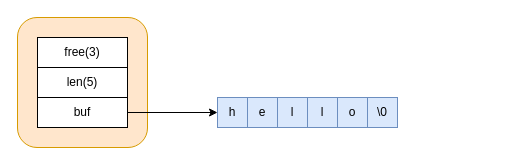
Above: redis/sds数据结构.drawio in buxiangchixiangcai/draw (draw.io), before the change. Source tidied: cells renumbered, new cells numbered last; positions are measured from the earlier drawing's top-left corner, leaving out a move shared by most shapes. Both pictures are drawn from the tidied source at 100%, with x=0, y=0 at pixel (17, 17).
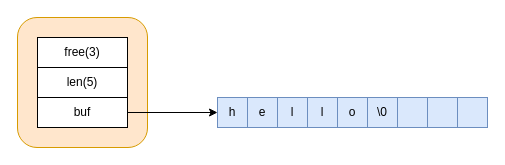
Above is the later version.

Commit message (it also covers changes not shown here):
更新sds数据结构.drawio

The edit, as a diff of the source:
```diff
@@
 <mxGraphModel>
   <root>
     <mxCell id="0" />
     <mxCell id="1" parent="0" />
     <mxCell id="2" style="rounded=1;whiteSpace=wrap;html=1;fillColor=#ffe6cc;strokeColor=#d79b00;" parent="1" vertex="1">
       <mxGeometry width="130" height="130" as="geometry" />
     </mxCell>
     <mxCell id="3" value="free(3)" style="rounded=0;whiteSpace=wrap;html=1;" parent="1" vertex="1">
       <mxGeometry x="20" y="20" width="90" height="30" as="geometry" />
     </mxCell>
     <mxCell id="4" value="len(5)" style="rounded=0;whiteSpace=wrap;html=1;" parent="1" vertex="1">
       <mxGeometry x="20" y="50" width="90" height="30" as="geometry" />
     </mxCell>
     <mxCell id="5" style="edgeStyle=orthogonalEdgeStyle;rounded=0;jettySize=auto;html=1;entryX=0;entryY=0.5;entryDx=0;entryDy=0;" parent="1" edge="1" source="6" target="7">
       <mxGeometry relative="1" as="geometry" />
     </mxCell>
     <mxCell id="6" value="buf" style="rounded=0;whiteSpace=wrap;html=1;" parent="1" vertex="1">
       <mxGeometry x="20" y="80" width="90" height="30" as="geometry" />
     </mxCell>
     <mxCell id="7" value="h" style="rounded=0;whiteSpace=wrap;html=1;fillColor=#dae8fc;strokeColor=#6c8ebf;" parent="1" vertex="1">
       <mxGeometry x="200" y="80" width="30" height="30" as="geometry" />
     </mxCell>
     <mxCell id="8" value="e" style="rounded=0;whiteSpace=wrap;html=1;fillColor=#dae8fc;strokeColor=#6c8ebf;" parent="1" vertex="1">
       <mxGeometry x="230" y="80" width="30" height="30" as="geometry" />
     </mxCell>
     <mxCell id="9" value="l" style="rounded=0;whiteSpace=wrap;html=1;fillColor=#dae8fc;strokeColor=#6c8ebf;" parent="1" vertex="1">
       <mxGeometry x="260" y="80" width="30" height="30" as="geometry" />
     </mxCell>
     <mxCell id="10" value="l" style="rounded=0;whiteSpace=wrap;html=1;fillColor=#dae8fc;strokeColor=#6c8ebf;" parent="1" vertex="1">
       <mxGeometry x="290" y="80" width="30" height="30" as="geometry" />
     </mxCell>
     <mxCell id="11" value="o" style="rounded=0;whiteSpace=wrap;html=1;fillColor=#dae8fc;strokeColor=#6c8ebf;" parent="1" vertex="1">
       <mxGeometry x="320" y="80" width="30" height="30" as="geometry" />
     </mxCell>
     <mxCell id="12" value="\0" style="rounded=0;whiteSpace=wrap;html=1;fillColor=#dae8fc;strokeColor=#6c8ebf;" parent="1" vertex="1">
       <mxGeometry x="350" y="80" width="30" height="30" as="geometry" />
     </mxCell>
+    <mxCell id="13" style="rounded=0;whiteSpace=wrap;html=1;fillColor=#dae8fc;strokeColor=#6c8ebf;" parent="1" vertex="1">
+      <mxGeometry x="380" y="80" width="30" height="30" as="geometry" />
+    </mxCell>
+    <mxCell id="14" style="rounded=0;whiteSpace=wrap;html=1;fillColor=#dae8fc;strokeColor=#6c8ebf;" parent="1" vertex="1">
+      <mxGeometry x="410" y="80" width="30" height="30" as="geometry" />
+    </mxCell>
+    <mxCell id="15" style="rounded=0;whiteSpace=wrap;html=1;fillColor=#dae8fc;strokeColor=#6c8ebf;" parent="1" vertex="1">
+      <mxGeometry x="440" y="80" width="30" height="30" as="geometry" />
+    </mxCell>
   </root>
 </mxGraphModel>
```
